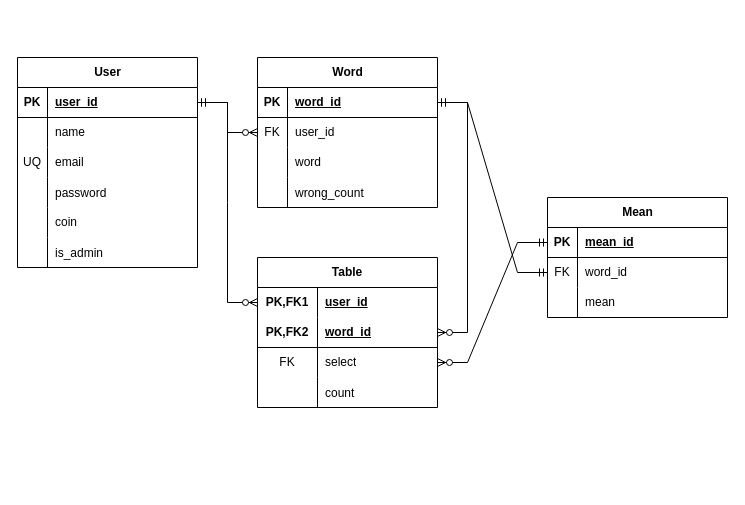
iixanx/triggers_report keeps this draw.io diagram as triggers.erd.drawio. Above is the earlier version. Source tidied: cells renumbered, new cells numbered last; positions are measured from the earlier drawing's top-left corner, leaving out a move shared by most shapes. Both pictures are drawn from the tidied source at 100%, with x=0, y=0 at pixel (17, 57).
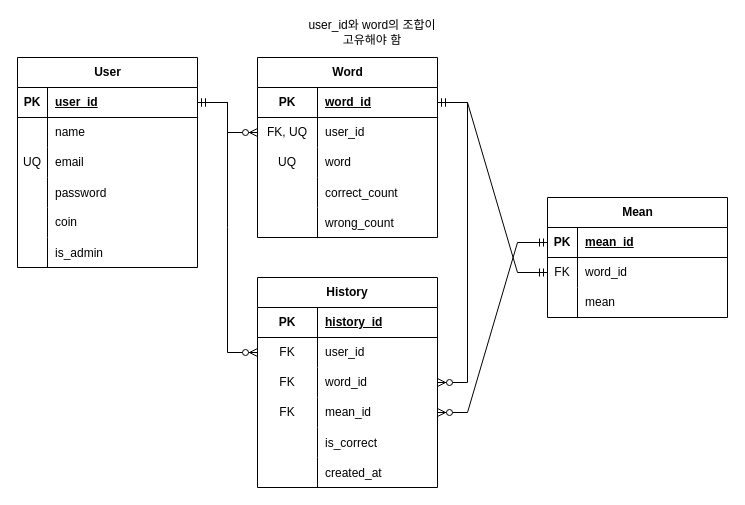
The same diagram, later.

Unchanged cells that the change refers to:
```xml
<mxCell id="3" style="shape=tableRow;horizontal=0;startSize=0;swimlaneHead=0;swimlaneBody=0;fillColor=none;points=[[0,0.5],[1,0.5]];portConstraint=eastwest;top=0;left=0;right=0;bottom=1;" parent="2" vertex="1">
  <mxGeometry y="30" width="180" height="30" as="geometry" />
</mxCell>
<mxCell id="22" style="shape=tableRow;horizontal=0;startSize=0;swimlaneHead=0;swimlaneBody=0;fillColor=none;points=[[0,0.5],[1,0.5]];portConstraint=eastwest;top=0;left=0;right=0;bottom=1;" parent="21" vertex="1">
  <mxGeometry y="30" width="180" height="30" as="geometry" />
</mxCell>
<mxCell id="25" style="shape=tableRow;horizontal=0;startSize=0;swimlaneHead=0;swimlaneBody=0;fillColor=none;points=[[0,0.5],[1,0.5]];portConstraint=eastwest;top=0;left=0;right=0;bottom=0;" parent="21" vertex="1">
  <mxGeometry y="60" width="180" height="30" as="geometry" />
</mxCell>
<mxCell id="28" style="shape=tableRow;horizontal=0;startSize=0;swimlaneHead=0;swimlaneBody=0;fillColor=none;top=0;left=0;right=0;bottom=0;" parent="21" vertex="1">
  <mxGeometry y="90" width="180" height="30" as="geometry" />
</mxCell>
```

Diff of the diagram source:
```diff
@@
     <mxCell id="21" value="Word" style="shape=table;startSize=30;childLayout=tableLayout;rowLines=0;fontStyle=1;align=center;html=1;" parent="1" vertex="1">
-      <mxGeometry x="240" width="180" height="150" as="geometry" />
+      <mxGeometry x="240" width="180" height="180" as="geometry" />
     </mxCell>
@@
     <mxCell id="23" value="PK" style="shape=partialRectangle;fillColor=none;top=0;left=0;bottom=0;right=0;fontStyle=1;overflow=hidden;whiteSpace=wrap;html=1;" parent="22" vertex="1">
-      <mxGeometry width="30" height="30" as="geometry" />
+      <mxGeometry width="60" height="30" as="geometry" />
     </mxCell>
     <mxCell id="24" value="word_id" style="shape=partialRectangle;fillColor=none;top=0;left=0;bottom=0;right=0;align=left;spacingLeft=6;fontStyle=5;overflow=hidden;whiteSpace=wrap;html=1;" parent="22" vertex="1">
-      <mxGeometry x="30" width="150" height="30" as="geometry" />
+      <mxGeometry x="60" width="120" height="30" as="geometry" />
     </mxCell>
@@
-    <mxCell id="26" value="FK" style="shape=partialRectangle;fillColor=none;top=0;left=0;bottom=0;right=0;fontStyle=0;overflow=hidden;whiteSpace=wrap;html=1;" parent="25" vertex="1">
-      <mxGeometry width="30" height="30" as="geometry" />
+    <mxCell id="26" value="FK, UQ" style="shape=partialRectangle;fillColor=none;top=0;left=0;bottom=0;right=0;fontStyle=0;overflow=hidden;whiteSpace=wrap;html=1;" parent="25" vertex="1">
+      <mxGeometry width="60" height="30" as="geometry" />
     </mxCell>
     <mxCell id="27" value="user_id" style="shape=partialRectangle;fillColor=none;top=0;left=0;bottom=0;right=0;align=left;spacingLeft=6;fontStyle=0;overflow=hidden;whiteSpace=wrap;html=1;" parent="25" vertex="1">
-      <mxGeometry x="30" width="150" height="30" as="geometry" />
+      <mxGeometry x="60" width="120" height="30" as="geometry" />
     </mxCell>
@@
-    <mxCell id="29" style="shape=partialRectangle;fillColor=none;top=0;left=0;bottom=0;right=0;overflow=hidden;whiteSpace=wrap;html=1;" parent="28" vertex="1">
-      <mxGeometry width="30" height="30" as="geometry" />
+    <mxCell id="29" value="UQ" style="shape=partialRectangle;fillColor=none;top=0;left=0;bottom=0;right=0;overflow=hidden;whiteSpace=wrap;html=1;" parent="28" vertex="1">
+      <mxGeometry width="60" height="30" as="geometry" />
     </mxCell>
     <mxCell id="30" value="word" style="shape=partialRectangle;fillColor=none;top=0;left=0;bottom=0;right=0;align=left;spacingLeft=6;overflow=hidden;whiteSpace=wrap;html=1;" parent="28" vertex="1">
-      <mxGeometry x="30" width="150" height="30" as="geometry" />
+      <mxGeometry x="60" width="120" height="30" as="geometry" />
     </mxCell>
+    <mxCell id="56" style="shape=tableRow;horizontal=0;startSize=0;swimlaneHead=0;swimlaneBody=0;fillColor=none;top=0;left=0;right=0;bottom=0;" parent="21" vertex="1">
+      <mxGeometry y="120" width="180" height="30" as="geometry" />
+    </mxCell>
+    <mxCell id="62" style="shape=partialRectangle;fillColor=none;top=0;left=0;bottom=0;right=0;overflow=hidden;" parent="56" vertex="1">
+      <mxGeometry width="60" height="30" as="geometry" />
+    </mxCell>
+    <mxCell id="63" value="correct_count" style="shape=partialRectangle;fillColor=none;top=0;left=0;bottom=0;right=0;align=left;spacingLeft=6;overflow=hidden;" parent="56" vertex="1">
+      <mxGeometry x="60" width="120" height="30" as="geometry" />
+    </mxCell>
     <mxCell id="31" style="shape=tableRow;horizontal=0;startSize=0;swimlaneHead=0;swimlaneBody=0;fillColor=none;top=0;left=0;right=0;bottom=0;" parent="21" vertex="1">
-      <mxGeometry y="120" width="180" height="30" as="geometry" />
+      <mxGeometry y="150" width="180" height="30" as="geometry" />
     </mxCell>
     <mxCell id="32" style="shape=partialRectangle;fillColor=none;top=0;left=0;bottom=0;right=0;overflow=hidden;" parent="31" vertex="1">
-      <mxGeometry width="30" height="30" as="geometry" />
+      <mxGeometry width="60" height="30" as="geometry" />
     </mxCell>
     <mxCell id="33" value="wrong_count" style="shape=partialRectangle;fillColor=none;top=0;left=0;bottom=0;right=0;align=left;spacingLeft=6;overflow=hidden;" parent="31" vertex="1">
-      <mxGeometry x="30" width="150" height="30" as="geometry" />
+      <mxGeometry x="60" width="120" height="30" as="geometry" />
     </mxCell>
@@
-    <mxCell id="46" value="Table" style="shape=table;startSize=30;childLayout=tableLayout;rowLines=0;fontStyle=1;align=center;html=1;whiteSpace=wrap;" parent="1" vertex="1">
-      <mxGeometry x="240" y="200" width="180" height="150" as="geometry" />
+    <mxCell id="46" value="History" style="shape=table;startSize=30;childLayout=tableLayout;rowLines=0;fontStyle=1;align=center;html=1;whiteSpace=wrap;" parent="1" vertex="1">
+      <mxGeometry x="240" y="220" width="180" height="210" as="geometry" />
     </mxCell>
-    <mxCell id="47" style="shape=tableRow;horizontal=0;startSize=0;swimlaneHead=0;swimlaneBody=0;fillColor=none;points=[[0,0.5],[1,0.5]];portConstraint=eastwest;top=0;left=0;right=0;bottom=0;html=1;" parent="46" vertex="1">
-      <mxGeometry y="30" width="180" height="30" as="geometry" />
-    </mxCell>
-    <mxCell id="48" value="PK,FK1" style="shape=partialRectangle;fillColor=none;top=0;left=0;bottom=0;right=0;fontStyle=1;overflow=hidden;html=1;whiteSpace=wrap;" parent="47" vertex="1">
-      <mxGeometry width="60" height="30" as="geometry" />
-    </mxCell>
+    <mxCell id="64" style="shape=tableRow;horizontal=0;startSize=0;swimlaneHead=0;swimlaneBody=0;fillColor=none;top=0;left=0;right=0;bottom=1;" parent="46" vertex="1">
+      <mxGeometry y="30" width="180" height="30" as="geometry" />
+    </mxCell>
+    <mxCell id="65" value="PK" style="shape=partialRectangle;fillColor=none;top=0;left=0;bottom=0;right=0;fontStyle=1;overflow=hidden;whiteSpace=wrap;html=1;" parent="64" vertex="1">
+      <mxGeometry width="60" height="30" as="geometry" />
+    </mxCell>
+    <mxCell id="66" value="history_id" style="shape=partialRectangle;fillColor=none;top=0;left=0;bottom=0;right=0;align=left;spacingLeft=6;fontStyle=5;overflow=hidden;whiteSpace=wrap;html=1;" parent="64" vertex="1">
+      <mxGeometry x="60" width="120" height="30" as="geometry" />
+    </mxCell>
+    <mxCell id="67" style="shape=tableRow;horizontal=0;startSize=0;swimlaneHead=0;swimlaneBody=0;fillColor=none;points=[[0,0.5],[1,0.5]];portConstraint=eastwest;top=0;left=0;right=0;bottom=0;" parent="46" vertex="1">
+      <mxGeometry y="60" width="180" height="30" as="geometry" />
+    </mxCell>
+    <mxCell id="68" value="FK" style="shape=partialRectangle;fillColor=none;top=0;left=0;bottom=0;right=0;fontStyle=0;overflow=hidden;whiteSpace=wrap;html=1;" parent="67" vertex="1">
+      <mxGeometry width="60" height="30" as="geometry" />
+    </mxCell>
-    <mxCell id="49" value="user_id" style="shape=partialRectangle;fillColor=none;top=0;left=0;bottom=0;right=0;align=left;spacingLeft=6;fontStyle=5;overflow=hidden;html=1;whiteSpace=wrap;" parent="47" vertex="1">
+    <mxCell id="49" value="user_id" style="shape=partialRectangle;fillColor=none;top=0;left=0;bottom=0;right=0;align=left;spacingLeft=6;fontStyle=0;overflow=hidden;whiteSpace=wrap;html=1;" parent="67" vertex="1">
       <mxGeometry x="60" width="120" height="30" as="geometry" />
     </mxCell>
-    <mxCell id="50" style="shape=tableRow;horizontal=0;startSize=0;swimlaneHead=0;swimlaneBody=0;fillColor=none;points=[[0,0.5],[1,0.5]];portConstraint=eastwest;top=0;left=0;right=0;bottom=1;html=1;" parent="46" vertex="1">
-      <mxGeometry y="60" width="180" height="30" as="geometry" />
-    </mxCell>
-    <mxCell id="51" value="PK,FK2" style="shape=partialRectangle;fillColor=none;top=0;left=0;bottom=0;right=0;fontStyle=1;overflow=hidden;html=1;whiteSpace=wrap;" parent="50" vertex="1">
-      <mxGeometry width="60" height="30" as="geometry" />
-    </mxCell>
+    <mxCell id="69" style="shape=tableRow;horizontal=0;startSize=0;swimlaneHead=0;swimlaneBody=0;fillColor=none;points=[[0,0.5],[1,0.5]];portConstraint=eastwest;top=0;left=0;right=0;bottom=0;" parent="46" vertex="1">
+      <mxGeometry y="90" width="180" height="30" as="geometry" />
+    </mxCell>
+    <mxCell id="70" value="FK" style="shape=partialRectangle;fillColor=none;top=0;left=0;bottom=0;right=0;fontStyle=0;overflow=hidden;whiteSpace=wrap;html=1;" parent="69" vertex="1">
+      <mxGeometry width="60" height="30" as="geometry" />
+    </mxCell>
-    <mxCell id="52" value="word_id" style="shape=partialRectangle;fillColor=none;top=0;left=0;bottom=0;right=0;align=left;spacingLeft=6;fontStyle=5;overflow=hidden;html=1;whiteSpace=wrap;" parent="50" vertex="1">
+    <mxCell id="52" value="word_id" style="shape=partialRectangle;fillColor=none;top=0;left=0;bottom=0;right=0;align=left;spacingLeft=6;fontStyle=0;overflow=hidden;whiteSpace=wrap;html=1;" parent="69" vertex="1">
       <mxGeometry x="60" width="120" height="30" as="geometry" />
     </mxCell>
     <mxCell id="53" style="shape=tableRow;horizontal=0;startSize=0;swimlaneHead=0;swimlaneBody=0;fillColor=none;points=[[0,0.5],[1,0.5]];portConstraint=eastwest;top=0;left=0;right=0;bottom=0;" parent="46" vertex="1">
-      <mxGeometry y="90" width="180" height="30" as="geometry" />
+      <mxGeometry y="120" width="180" height="30" as="geometry" />
     </mxCell>
@@
-    <mxCell id="55" value="select" style="shape=partialRectangle;fillColor=none;top=0;left=0;bottom=0;right=0;align=left;spacingLeft=6;fontStyle=0;overflow=hidden;whiteSpace=wrap;html=1;" parent="53" vertex="1">
+    <mxCell id="55" value="mean_id" style="shape=partialRectangle;fillColor=none;top=0;left=0;bottom=0;right=0;align=left;spacingLeft=6;fontStyle=0;overflow=hidden;whiteSpace=wrap;html=1;" parent="53" vertex="1">
       <mxGeometry x="60" width="120" height="30" as="geometry" />
     </mxCell>
-    <mxCell id="56" style="shape=tableRow;horizontal=0;startSize=0;swimlaneHead=0;swimlaneBody=0;fillColor=none;top=0;left=0;right=0;bottom=0;" parent="46" vertex="1">
-      <mxGeometry y="120" width="180" height="30" as="geometry" />
-    </mxCell>
-    <mxCell id="57" style="shape=partialRectangle;fillColor=none;top=0;left=0;bottom=0;right=0;overflow=hidden;" parent="56" vertex="1">
-      <mxGeometry width="60" height="30" as="geometry" />
-    </mxCell>
-    <mxCell id="58" value="count" style="shape=partialRectangle;fillColor=none;top=0;left=0;bottom=0;right=0;align=left;spacingLeft=6;overflow=hidden;" parent="56" vertex="1">
-      <mxGeometry x="60" width="120" height="30" as="geometry" />
-    </mxCell>
+    <mxCell id="71" style="shape=tableRow;horizontal=0;startSize=0;swimlaneHead=0;swimlaneBody=0;fillColor=none;top=0;left=0;right=0;bottom=0;" parent="46" vertex="1">
+      <mxGeometry y="150" width="180" height="30" as="geometry" />
+    </mxCell>
+    <mxCell id="72" style="shape=partialRectangle;fillColor=none;top=0;left=0;bottom=0;right=0;overflow=hidden;" parent="71" vertex="1">
+      <mxGeometry width="60" height="30" as="geometry" />
+    </mxCell>
+    <mxCell id="73" value="is_correct" style="shape=partialRectangle;fillColor=none;top=0;left=0;bottom=0;right=0;align=left;spacingLeft=6;overflow=hidden;" parent="71" vertex="1">
+      <mxGeometry x="60" width="120" height="30" as="geometry" />
+    </mxCell>
+    <mxCell id="74" style="shape=tableRow;horizontal=0;startSize=0;swimlaneHead=0;swimlaneBody=0;fillColor=none;top=0;left=0;right=0;bottom=0;" parent="46" vertex="1">
+      <mxGeometry y="180" width="180" height="30" as="geometry" />
+    </mxCell>
+    <mxCell id="75" style="shape=partialRectangle;fillColor=none;top=0;left=0;bottom=0;right=0;overflow=hidden;" parent="74" vertex="1">
+      <mxGeometry width="60" height="30" as="geometry" />
+    </mxCell>
+    <mxCell id="76" value="created_at" style="shape=partialRectangle;fillColor=none;top=0;left=0;bottom=0;right=0;align=left;spacingLeft=6;overflow=hidden;" parent="74" vertex="1">
+      <mxGeometry x="60" width="120" height="30" as="geometry" />
+    </mxCell>
-    <mxCell id="59" style="edgeStyle=entityRelationEdgeStyle;fontSize=12;html=1;endArrow=ERzeroToMany;startArrow=ERmandOne;rounded=0;" parent="1" edge="1" source="3" target="47">
+    <mxCell id="59" style="edgeStyle=entityRelationEdgeStyle;fontSize=12;html=1;endArrow=ERzeroToMany;startArrow=ERmandOne;rounded=0;" parent="1" edge="1" source="3" target="67">
       <mxGeometry relative="1" as="geometry" />
     </mxCell>
-    <mxCell id="60" style="edgeStyle=entityRelationEdgeStyle;fontSize=12;html=1;endArrow=ERzeroToMany;startArrow=ERmandOne;rounded=0;" parent="1" edge="1" source="22" target="50">
+    <mxCell id="60" style="edgeStyle=entityRelationEdgeStyle;fontSize=12;html=1;endArrow=ERzeroToMany;startArrow=ERmandOne;rounded=0;" parent="1" edge="1" source="22" target="69">
       <mxGeometry relative="1" as="geometry" />
     </mxCell>
@@
+    <mxCell id="77" value="user_id와 word의 조합이 고유해야 함" style="text;html=1;align=center;verticalAlign=middle;whiteSpace=wrap;rounded=0;" parent="1" vertex="1">
+      <mxGeometry x="290" y="-40" width="130" height="30" as="geometry" />
+    </mxCell>
```
